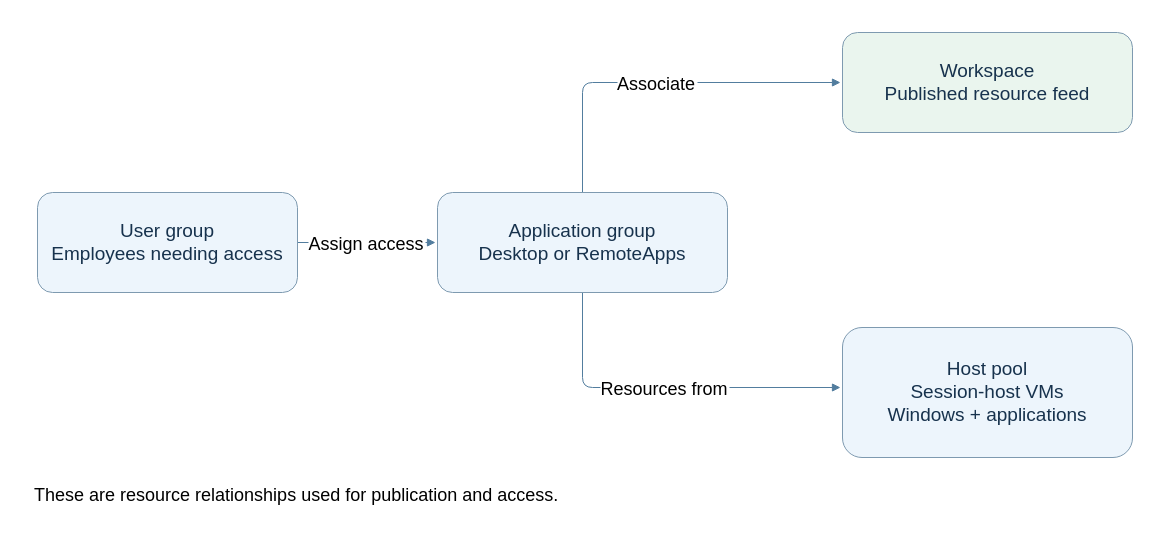
Before: src/img/avd/AVD-Post-06-published-resource-relationships.drawio in AddySidd27/cloud-ai-notes, a draw.io diagram. Source tidied: cells renumbered, new cells numbered last; positions are measured from the earlier drawing's top-left corner, leaving out a move shared by most shapes. Both pictures are drawn from the tidied source at 100%, with x=0, y=0 at pixel (32, 32). Pictures stored in the file or linked from it are replaced by grey dashed boxes.
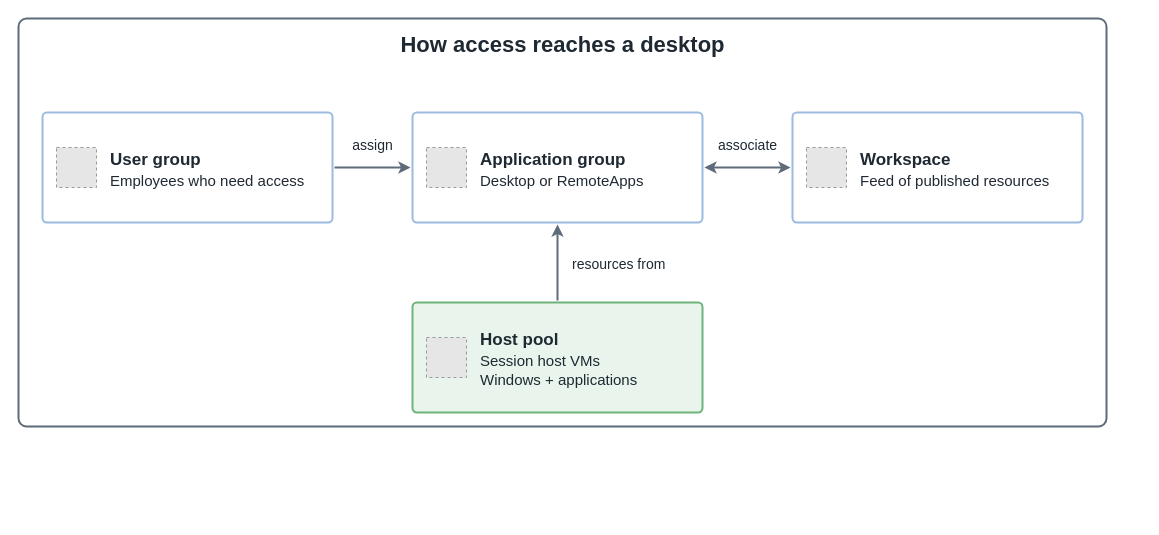
The same diagram, later.

Change to the diagram source:
```diff
@@
-    <mxCell id="2" value="Assign access" style="edgeStyle=none;endArrow=block;strokeColor=#527d9e;fontSize=18;labelBackgroundColor=#ffffff;" parent="1" edge="1">
-      <mxGeometry relative="1" as="geometry">
-        <mxPoint x="265" y="210" as="sourcePoint" />
-        <mxPoint x="403" y="210" as="targetPoint" />
-      </mxGeometry>
-    </mxCell>
-    <mxCell id="3" value="Associate" style="edgeStyle=none;endArrow=block;strokeColor=#527d9e;fontSize=18;labelBackgroundColor=#ffffff;" parent="1" edge="1">
-      <mxGeometry relative="1" as="geometry">
-        <mxPoint x="550" y="160" as="sourcePoint" />
-        <mxPoint x="808" y="50" as="targetPoint" />
-        <Array as="points">
-          <mxPoint x="550" y="50" />
-        </Array>
-      </mxGeometry>
-    </mxCell>
-    <mxCell id="4" value="Resources from" style="edgeStyle=none;endArrow=block;strokeColor=#527d9e;fontSize=18;labelBackgroundColor=#ffffff;" parent="1" edge="1">
-      <mxGeometry relative="1" as="geometry">
-        <mxPoint x="550" y="260" as="sourcePoint" />
-        <mxPoint x="808" y="355" as="targetPoint" />
-        <Array as="points">
-          <mxPoint x="550" y="355" />
-        </Array>
-      </mxGeometry>
-    </mxCell>
-    <mxCell id="5" value="User group&lt;br&gt;Employees needing access" style="rounded=1;whiteSpace=wrap;html=1;fillColor=#edf5fc;strokeColor=#7e9ab0;fontSize=19;fontColor=#17324d;" parent="1" vertex="1">
-      <mxGeometry x="5" y="160" width="260" height="100" as="geometry" />
-    </mxCell>
-    <mxCell id="6" value="Application group&lt;br&gt;Desktop or RemoteApps" style="rounded=1;whiteSpace=wrap;html=1;fillColor=#edf5fc;strokeColor=#7e9ab0;fontSize=19;fontColor=#17324d;" parent="1" vertex="1">
-      <mxGeometry x="405" y="160" width="290" height="100" as="geometry" />
-    </mxCell>
-    <mxCell id="7" value="Workspace&lt;br&gt;Published resource feed" style="rounded=1;whiteSpace=wrap;html=1;fillColor=#eaf5ee;strokeColor=#7e9ab0;fontSize=19;fontColor=#17324d;" parent="1" vertex="1">
-      <mxGeometry x="810" width="290" height="100" as="geometry" />
-    </mxCell>
-    <mxCell id="8" value="Host pool&lt;br&gt;Session-host VMs&lt;br&gt;Windows + applications" style="rounded=1;whiteSpace=wrap;html=1;fillColor=#edf5fc;strokeColor=#7e9ab0;fontSize=19;fontColor=#17324d;" parent="1" vertex="1">
-      <mxGeometry x="810" y="295" width="290" height="130" as="geometry" />
-    </mxCell>
-    <mxCell id="9" value="These are resource relationships used for publication and access." style="text;html=0;strokeColor=none;fillColor=none;fontSize=18;" parent="1" vertex="1">
-      <mxGeometry y="445" width="1110" height="40" as="geometry" />
-    </mxCell>
+    <mxCell id="10" style="rounded=1;arcSize=2;html=1;fillColor=#ffffff;strokeColor=#5f6b7a;strokeWidth=2;" parent="1" vertex="1">
+      <mxGeometry x="-14" y="-14" width="1088" height="408" as="geometry" />
+    </mxCell>
+    <mxCell id="11" value="&lt;b&gt;How access reaches a desktop&lt;/b&gt;" style="text;html=1;align=center;verticalAlign=middle;fontSize=22;fontColor=#1f2933;" parent="1" vertex="1">
+      <mxGeometry x="345.5" y="-2" width="369" height="30" as="geometry" />
+    </mxCell>
+    <mxCell id="12" style="rounded=1;arcSize=4;html=1;fillColor=#ffffff;strokeColor=#9bbbe0;strokeWidth=2;" parent="1" vertex="1">
+      <mxGeometry x="10" y="80" width="290" height="110" as="geometry" />
+    </mxCell>
+    <mxCell id="13" style="fillColor=#E6E6E6;strokeColor=#999999;dashed=1;html=1;" parent="1" vertex="1">
+      <mxGeometry x="24" y="115" width="40" height="40" as="geometry" />
+    </mxCell>
+    <mxCell id="14" value="&lt;b&gt;User group&lt;/b&gt;" style="text;html=1;align=left;verticalAlign=middle;fontSize=17;fontColor=#1f2933;" parent="1" vertex="1">
+      <mxGeometry x="76" y="115" width="102" height="25" as="geometry" />
+    </mxCell>
+    <mxCell id="15" value="Employees who need access" style="text;html=1;align=left;verticalAlign=middle;fontSize=15;fontColor=#1f2933;" parent="1" vertex="1">
+      <mxGeometry x="76" y="136" width="225" height="23" as="geometry" />
+    </mxCell>
+    <mxCell id="16" style="rounded=1;arcSize=4;html=1;fillColor=#ffffff;strokeColor=#9bbbe0;strokeWidth=2;" parent="1" vertex="1">
+      <mxGeometry x="380" y="80" width="290" height="110" as="geometry" />
+    </mxCell>
+    <mxCell id="17" style="fillColor=#E6E6E6;strokeColor=#999999;dashed=1;html=1;" parent="1" vertex="1">
+      <mxGeometry x="394" y="115" width="40" height="40" as="geometry" />
+    </mxCell>
+    <mxCell id="18" value="&lt;b&gt;Application group&lt;/b&gt;" style="text;html=1;align=left;verticalAlign=middle;fontSize=17;fontColor=#1f2933;" parent="1" vertex="1">
+      <mxGeometry x="446" y="115" width="173" height="25" as="geometry" />
+    </mxCell>
+    <mxCell id="19" value="Desktop or RemoteApps" style="text;html=1;align=left;verticalAlign=middle;fontSize=15;fontColor=#1f2933;" parent="1" vertex="1">
+      <mxGeometry x="446" y="136" width="189" height="23" as="geometry" />
+    </mxCell>
+    <mxCell id="20" style="rounded=1;arcSize=4;html=1;fillColor=#ffffff;strokeColor=#9bbbe0;strokeWidth=2;" parent="1" vertex="1">
+      <mxGeometry x="760" y="80" width="290" height="110" as="geometry" />
+    </mxCell>
+    <mxCell id="21" style="fillColor=#E6E6E6;strokeColor=#999999;dashed=1;html=1;" parent="1" vertex="1">
+      <mxGeometry x="774" y="115" width="40" height="40" as="geometry" />
+    </mxCell>
+    <mxCell id="22" value="&lt;b&gt;Workspace&lt;/b&gt;" style="text;html=1;align=left;verticalAlign=middle;fontSize=17;fontColor=#1f2933;" parent="1" vertex="1">
+      <mxGeometry x="826" y="115" width="91" height="25" as="geometry" />
+    </mxCell>
+    <mxCell id="23" value="Feed of published resources" style="text;html=1;align=left;verticalAlign=middle;fontSize=15;fontColor=#1f2933;" parent="1" vertex="1">
+      <mxGeometry x="826" y="136" width="243" height="23" as="geometry" />
+    </mxCell>
+    <mxCell id="24" style="rounded=1;arcSize=4;html=1;fillColor=#e9f5ec;strokeColor=#6fb37a;strokeWidth=2;" parent="1" vertex="1">
+      <mxGeometry x="380" y="270" width="290" height="110" as="geometry" />
+    </mxCell>
+    <mxCell id="25" style="fillColor=#E6E6E6;strokeColor=#999999;dashed=1;html=1;" parent="1" vertex="1">
+      <mxGeometry x="394" y="305" width="40" height="40" as="geometry" />
+    </mxCell>
+    <mxCell id="26" value="&lt;b&gt;Host pool&lt;/b&gt;" style="text;html=1;align=left;verticalAlign=middle;fontSize=17;fontColor=#1f2933;" parent="1" vertex="1">
+      <mxGeometry x="446" y="295.5" width="91" height="25" as="geometry" />
+    </mxCell>
+    <mxCell id="27" value="Session host VMs" style="text;html=1;align=left;verticalAlign=middle;fontSize=15;fontColor=#1f2933;" parent="1" vertex="1">
+      <mxGeometry x="446" y="316.5" width="144" height="23" as="geometry" />
+    </mxCell>
+    <mxCell id="28" value="Windows + applications" style="text;html=1;align=left;verticalAlign=middle;fontSize=15;fontColor=#1f2933;" parent="1" vertex="1">
+      <mxGeometry x="446" y="335.5" width="198" height="23" as="geometry" />
+    </mxCell>
+    <mxCell id="29" style="edgeStyle=none;html=1;endArrow=classic;startArrow=none;strokeColor=#5f6b7a;strokeWidth=2;" parent="1" edge="1">
+      <mxGeometry relative="1" as="geometry">
+        <mxPoint x="302" y="135" as="sourcePoint" />
+        <mxPoint x="378" y="135" as="targetPoint" />
+      </mxGeometry>
+    </mxCell>
+    <mxCell id="30" style="edgeStyle=none;html=1;endArrow=classic;startArrow=classic;strokeColor=#5f6b7a;strokeWidth=2;" parent="1" edge="1">
+      <mxGeometry relative="1" as="geometry">
+        <mxPoint x="672" y="135" as="sourcePoint" />
+        <mxPoint x="758" y="135" as="targetPoint" />
+      </mxGeometry>
+    </mxCell>
+    <mxCell id="31" style="edgeStyle=none;html=1;endArrow=classic;startArrow=none;strokeColor=#5f6b7a;strokeWidth=2;" parent="1" edge="1">
+      <mxGeometry relative="1" as="geometry">
+        <mxPoint x="525" y="268" as="sourcePoint" />
+        <mxPoint x="525" y="192" as="targetPoint" />
+      </mxGeometry>
+    </mxCell>
+    <mxCell id="32" value="assign" style="text;html=1;align=center;verticalAlign=middle;fontSize=14;fontColor=#1f2933;" parent="1" vertex="1">
+      <mxGeometry x="315" y="102" width="50" height="22" as="geometry" />
+    </mxCell>
+    <mxCell id="33" value="associate" style="text;html=1;align=center;verticalAlign=middle;fontSize=14;fontColor=#1f2933;" parent="1" vertex="1">
+      <mxGeometry x="677.5" y="102" width="75" height="22" as="geometry" />
+    </mxCell>
+    <mxCell id="34" value="resources from" style="text;html=1;align=left;verticalAlign=middle;fontSize=14;fontColor=#1f2933;" parent="1" vertex="1">
+      <mxGeometry x="538" y="221" width="117" height="22" as="geometry" />
+    </mxCell>
```
